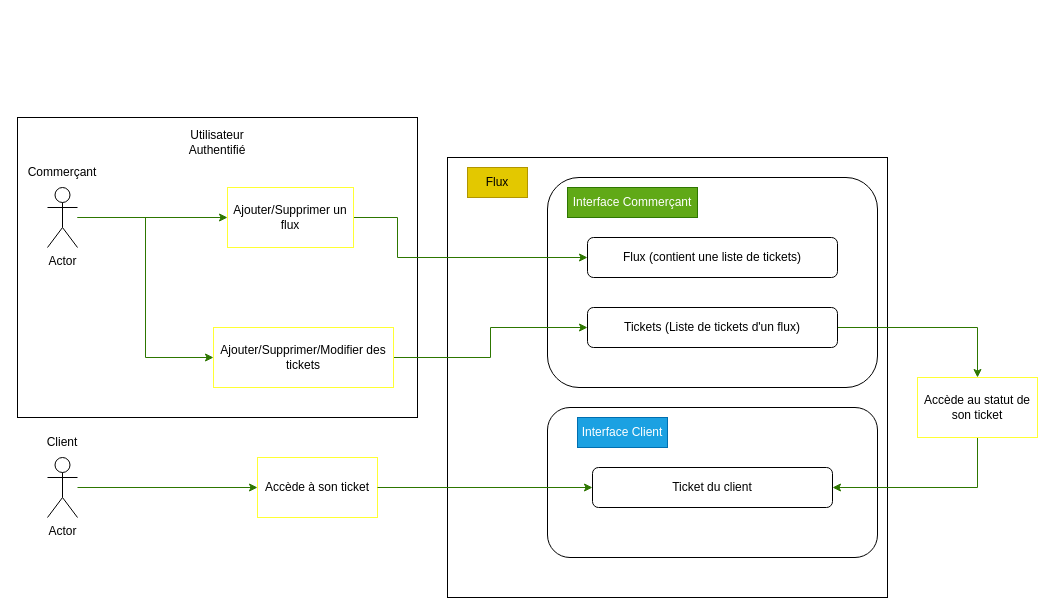
This is flux.drawio from ClementPremartin/diagramme-flux, a draw.io file, before an edit. Source tidied: cells renumbered, new cells numbered last; positions are measured from the earlier drawing's top-left corner, leaving out a move shared by most shapes. Both pictures are drawn from the tidied source at 100%, with x=0, y=0 at pixel (17, 117).
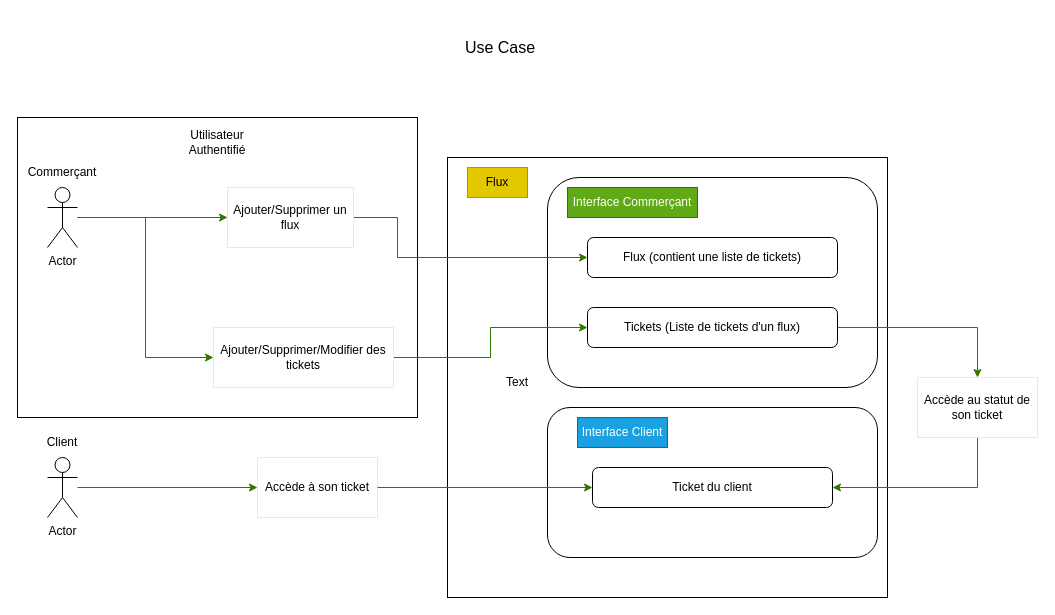
The same page after the edit.

Commit message:
Mettre à jour flux.drawio

The edit, as a diff of the source:
```diff
@@
+    <mxCell id="29" value="Text" style="text;html=1;strokeColor=none;fillColor=none;align=center;verticalAlign=middle;whiteSpace=wrap;rounded=0;" parent="1" vertex="1">
+      <mxGeometry x="470" y="250" width="60" height="30" as="geometry" />
+    </mxCell>
+    <mxCell id="30" value="&lt;font style=&quot;font-size: 16px;&quot;&gt;Use Case&lt;/font&gt;" style="text;html=1;strokeColor=none;fillColor=none;align=center;verticalAlign=middle;whiteSpace=wrap;rounded=0;" parent="1" vertex="1">
+      <mxGeometry x="391" y="-100" width="184" height="60" as="geometry" />
+    </mxCell>
```
